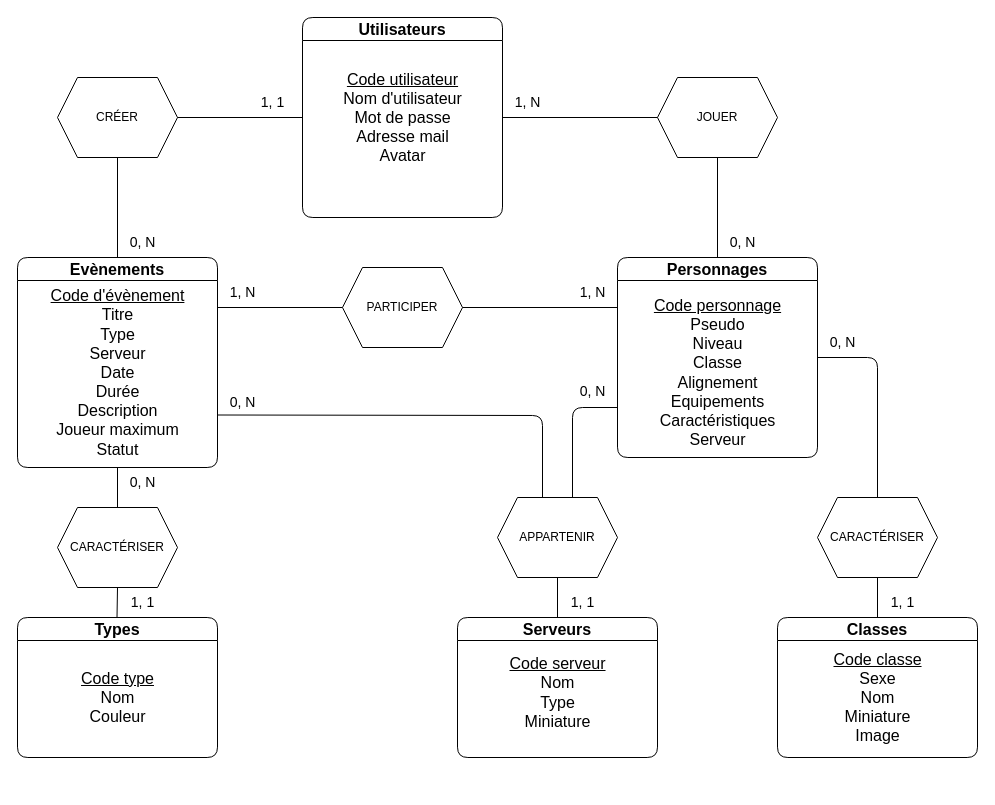
Before: docs/database/MCD.drawio in AlexandreDejour/DofusGroup, a draw.io diagram. Source tidied: cells renumbered, new cells numbered last; positions are measured from the earlier drawing's top-left corner, leaving out a move shared by most shapes. Both pictures are drawn from the tidied source at 100%, with x=0, y=0 at pixel (17, 17).
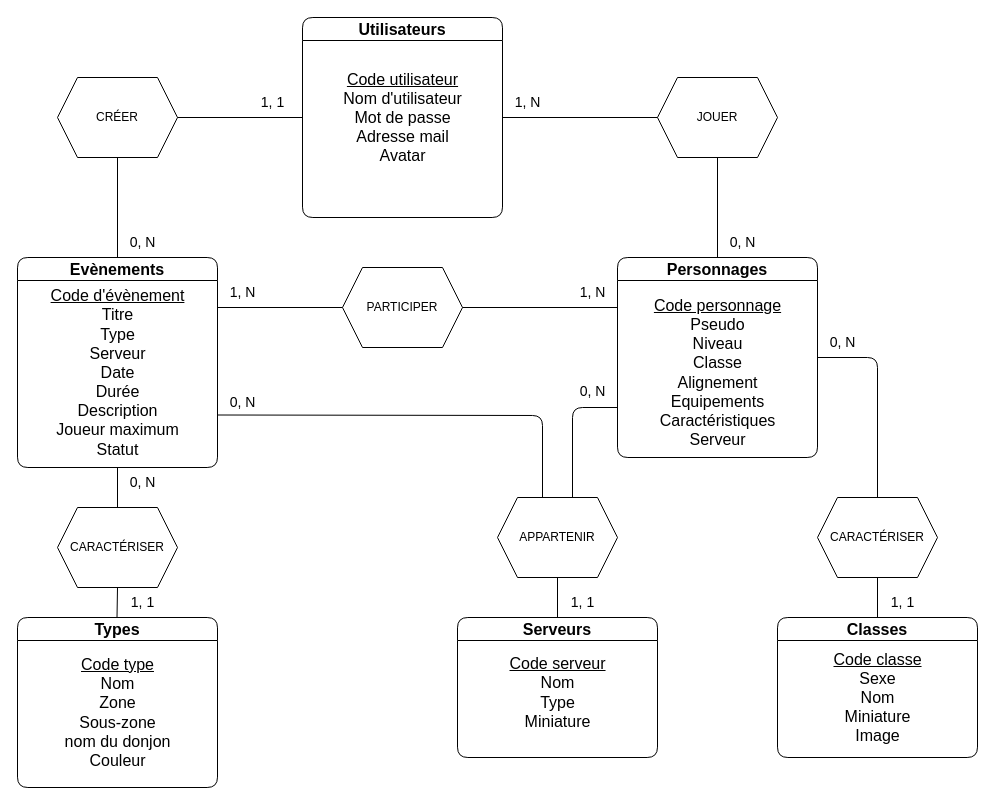
The same page after the edit.

Diff of the diagram source:
```diff
@@
     <mxCell id="8" value="&lt;font style=&quot;font-size: 16px;&quot;&gt;Types&lt;/font&gt;" style="swimlane;whiteSpace=wrap;html=1;rounded=1;" parent="1" vertex="1">
-      <mxGeometry y="600" width="200" height="140" as="geometry" />
+      <mxGeometry y="600" width="200" height="170" as="geometry" />
     </mxCell>
-    <mxCell id="9" value="&lt;span style=&quot;font-size: 16px;&quot;&gt;&lt;u&gt;Code type&lt;/u&gt;&lt;/span&gt;&lt;div&gt;&lt;span style=&quot;font-size: 16px; background-color: transparent;&quot;&gt;Nom&lt;/span&gt;&lt;/div&gt;&lt;div&gt;&lt;span style=&quot;font-size: 16px; background-color: transparent;&quot;&gt;Couleur&lt;/span&gt;&lt;/div&gt;" style="text;html=1;align=center;verticalAlign=middle;strokeColor=none;fillColor=none;" parent="8" vertex="1">
-      <mxGeometry x="50" y="45" width="100" height="70" as="geometry" />
+    <mxCell id="9" value="&lt;span style=&quot;font-size: 16px;&quot;&gt;&lt;u&gt;Code type&lt;/u&gt;&lt;/span&gt;&lt;div&gt;&lt;span style=&quot;font-size: 16px; background-color: transparent;&quot;&gt;Nom&lt;/span&gt;&lt;/div&gt;&lt;div&gt;&lt;span style=&quot;font-size: 16px;&quot;&gt;Zone&lt;/span&gt;&lt;/div&gt;&lt;div&gt;&lt;span style=&quot;font-size: 16px;&quot;&gt;Sous-zone&lt;/span&gt;&lt;/div&gt;&lt;div&gt;&lt;span style=&quot;font-size: 16px;&quot;&gt;nom du donjon&lt;/span&gt;&lt;/div&gt;&lt;div&gt;&lt;span style=&quot;font-size: 16px; background-color: transparent;&quot;&gt;Couleur&lt;/span&gt;&lt;/div&gt;" style="text;html=1;align=center;verticalAlign=middle;strokeColor=none;fillColor=none;" parent="8" vertex="1">
+      <mxGeometry x="35" y="30" width="130" height="130" as="geometry" />
     </mxCell>
```
